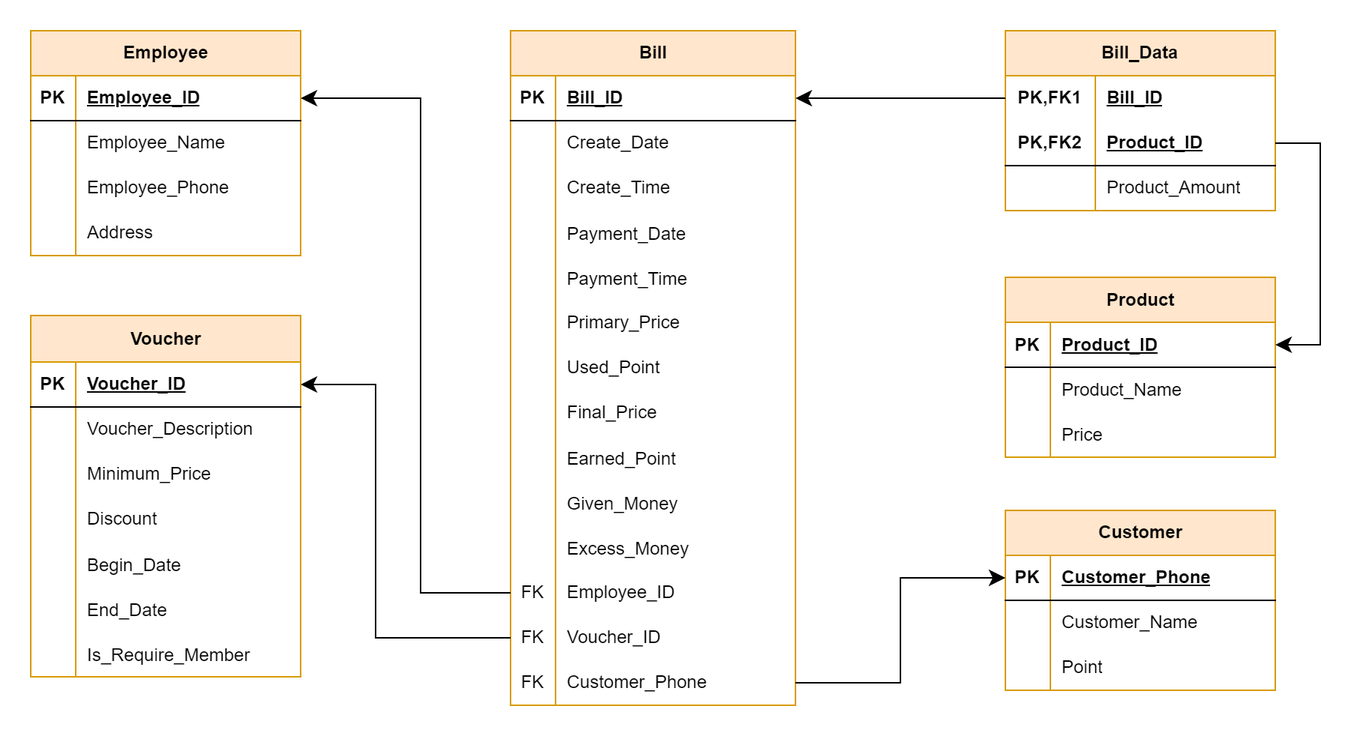
The draw.io diagram Assignment/Images/Relational Model.png in bakaqc/DBI202-Labs_and_Assignment, before a commit. Source tidied: cells renumbered, new cells last; positions are measured from the earlier drawing's top-left corner, leaving out a move shared by most shapes.
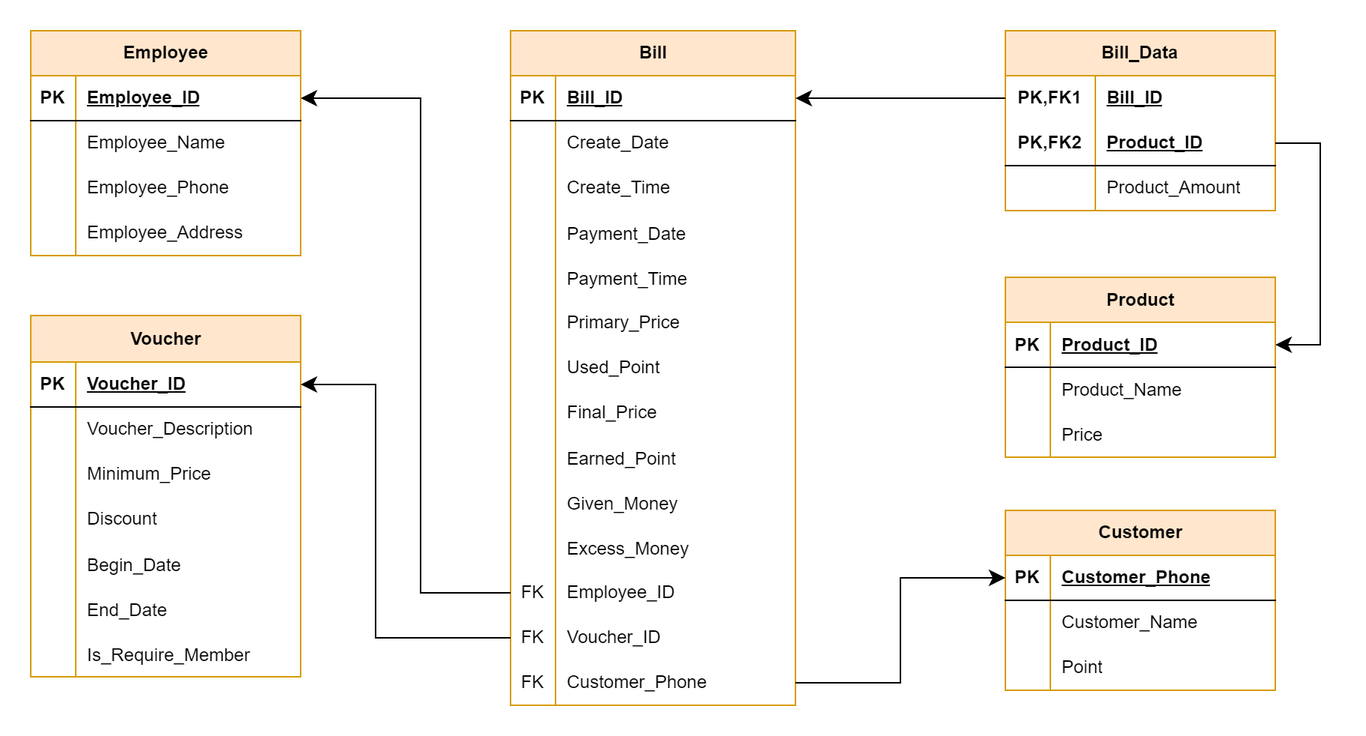
The same file after the commit.

The edit, as a diff of the source:
```diff
@@ -38,7 +38,7 @@
     <mxCell id="13" style="shape=partialRectangle;fillColor=none;top=0;left=0;bottom=0;right=0;overflow=hidden;whiteSpace=wrap;html=1;" parent="12" vertex="1">
       <mxGeometry width="30" height="30" as="geometry" />
     </mxCell>
-    <mxCell id="14" value="Address" style="shape=partialRectangle;fillColor=none;top=0;left=0;bottom=0;right=0;align=left;spacingLeft=6;overflow=hidden;whiteSpace=wrap;html=1;" parent="12" vertex="1">
+    <mxCell id="14" value="Employee_Address" style="shape=partialRectangle;fillColor=none;top=0;left=0;bottom=0;right=0;align=left;spacingLeft=6;overflow=hidden;whiteSpace=wrap;html=1;" parent="12" vertex="1">
       <mxGeometry x="30" width="150" height="30" as="geometry" />
     </mxCell>
     <mxCell id="15" value="Voucher" style="shape=table;startSize=31;rowLines=0;fontStyle=1;align=center;html=1;fillColor=#ffe6cc;strokeColor=#d79b00;" parent="1" vertex="1">
```
